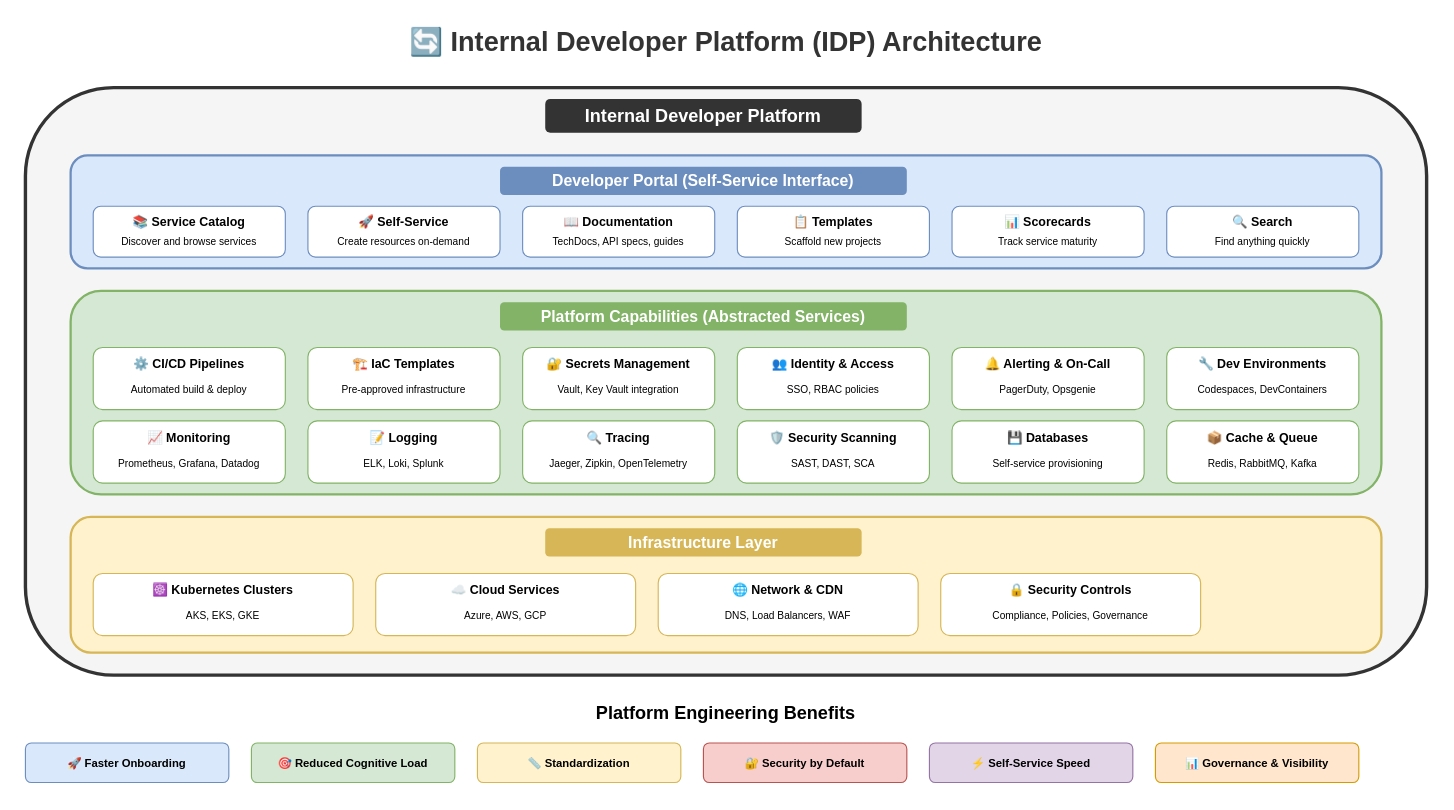
MrParkerZ7/document-lesson-software-architect-x-claude keeps this draw.io diagram as lesson-05-devops-platform-engineering/08-platform-engineering/8.1-internal-developer-platform.drawio. Above is the earlier version. Source tidied: cells renumbered, new cells numbered last; positions are measured from the earlier drawing's top-left corner, leaving out a move shared by most shapes. Both pictures are drawn from the tidied source at 113%, with x=0, y=0 at pixel (25, 19).
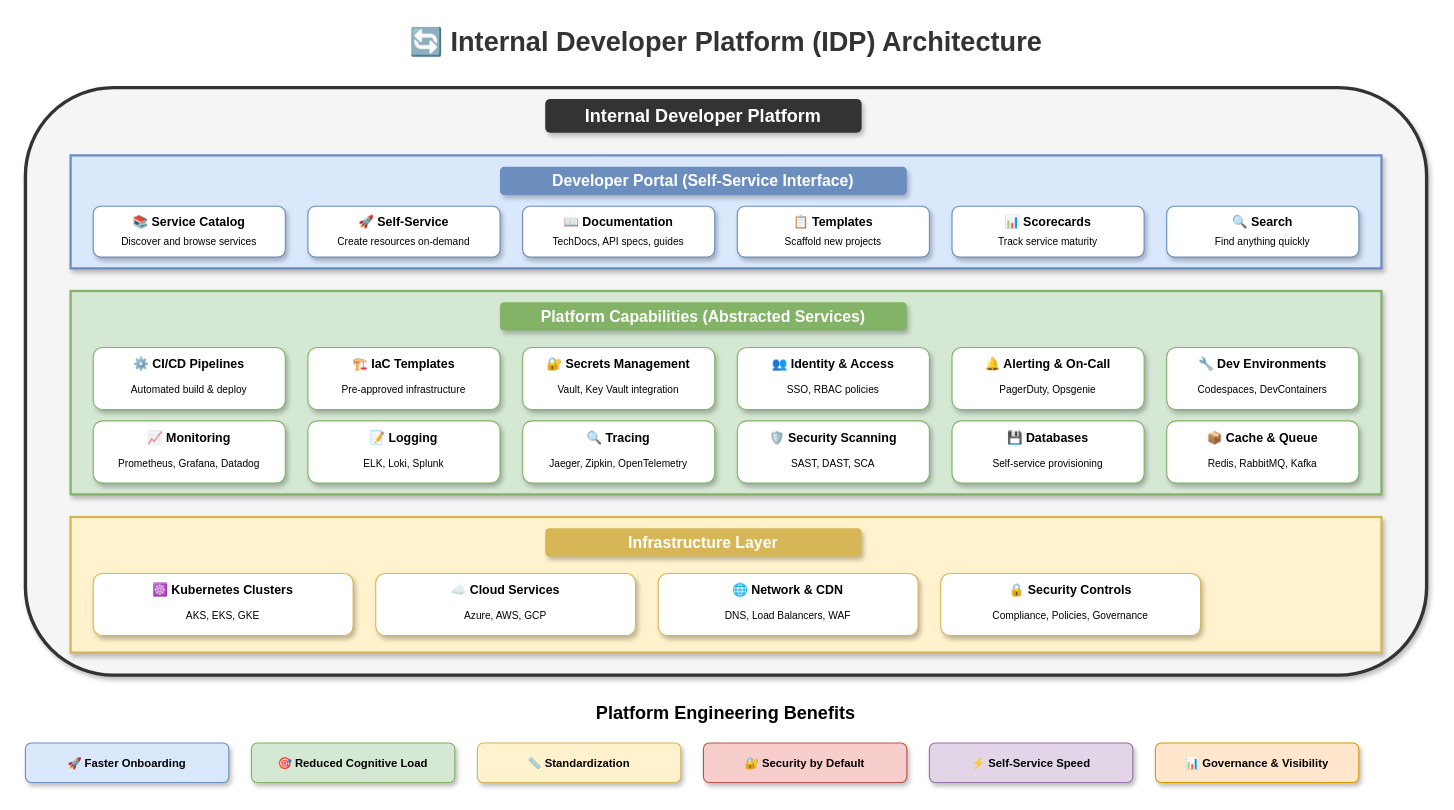
The same page after the edit.

What changed in the source:
```diff
@@
-    <mxCell id="3" style="rounded=1;whiteSpace=wrap;html=1;fillColor=#f5f5f5;strokeColor=#333333;strokeWidth=3;" parent="1" vertex="1">
+    <mxCell id="3" style="rounded=1;whiteSpace=wrap;html=1;fillColor=#f5f5f5;strokeColor=#333333;strokeWidth=3;shadow=1;" parent="1" vertex="1">
       <mxGeometry y="60" width="1240" height="520" as="geometry" />
     </mxCell>
-    <mxCell id="4" value="Internal Developer Platform" style="text;html=1;strokeColor=none;fillColor=#333333;align=center;verticalAlign=middle;whiteSpace=wrap;rounded=1;fontSize=16;fontStyle=1;fontColor=#ffffff;" parent="1" vertex="1">
+    <mxCell id="4" value="Internal Developer Platform" style="text;html=1;strokeColor=none;fillColor=#333333;align=center;verticalAlign=middle;whiteSpace=wrap;rounded=1;fontSize=16;fontStyle=1;fontColor=#ffffff;shadow=1;" parent="1" vertex="1">
       <mxGeometry x="460" y="70" width="280" height="30" as="geometry" />
     </mxCell>
-    <mxCell id="5" style="rounded=1;whiteSpace=wrap;html=1;fillColor=#dae8fc;strokeColor=#6c8ebf;strokeWidth=2;" parent="1" vertex="1">
+    <mxCell id="5" style="rounded=0;whiteSpace=wrap;html=1;fillColor=#dae8fc;strokeColor=#6c8ebf;strokeWidth=2;shadow=1;" parent="1" vertex="1">
       <mxGeometry x="40" y="120" width="1160" height="100" as="geometry" />
     </mxCell>
-    <mxCell id="6" value="Developer Portal (Self-Service Interface)" style="text;html=1;strokeColor=none;fillColor=#6c8ebf;align=center;verticalAlign=middle;whiteSpace=wrap;rounded=1;fontSize=14;fontStyle=1;fontColor=#ffffff;" parent="1" vertex="1">
+    <mxCell id="6" value="Developer Portal (Self-Service Interface)" style="text;html=1;strokeColor=none;fillColor=#6c8ebf;align=center;verticalAlign=middle;whiteSpace=wrap;rounded=1;fontSize=14;fontStyle=1;fontColor=#ffffff;shadow=1;" parent="1" vertex="1">
       <mxGeometry x="420" y="130" width="360" height="25" as="geometry" />
     </mxCell>
-    <mxCell id="7" style="rounded=1;whiteSpace=wrap;html=1;fillColor=#ffffff;strokeColor=#6c8ebf;" parent="1" vertex="1">
+    <mxCell id="7" style="rounded=1;whiteSpace=wrap;html=1;fillColor=#ffffff;strokeColor=#6c8ebf;shadow=1;" parent="1" vertex="1">
       <mxGeometry x="60" y="165" width="170" height="45" as="geometry" />
     </mxCell>
@@
-    <mxCell id="10" style="rounded=1;whiteSpace=wrap;html=1;fillColor=#ffffff;strokeColor=#6c8ebf;" parent="1" vertex="1">
+    <mxCell id="10" style="rounded=1;whiteSpace=wrap;html=1;fillColor=#ffffff;strokeColor=#6c8ebf;shadow=1;" parent="1" vertex="1">
       <mxGeometry x="250" y="165" width="170" height="45" as="geometry" />
     </mxCell>
@@
-    <mxCell id="13" style="rounded=1;whiteSpace=wrap;html=1;fillColor=#ffffff;strokeColor=#6c8ebf;" parent="1" vertex="1">
+    <mxCell id="13" style="rounded=1;whiteSpace=wrap;html=1;fillColor=#ffffff;strokeColor=#6c8ebf;shadow=1;" parent="1" vertex="1">
       <mxGeometry x="440" y="165" width="170" height="45" as="geometry" />
     </mxCell>
@@
-    <mxCell id="16" style="rounded=1;whiteSpace=wrap;html=1;fillColor=#ffffff;strokeColor=#6c8ebf;" parent="1" vertex="1">
+    <mxCell id="16" style="rounded=1;whiteSpace=wrap;html=1;fillColor=#ffffff;strokeColor=#6c8ebf;shadow=1;" parent="1" vertex="1">
       <mxGeometry x="630" y="165" width="170" height="45" as="geometry" />
     </mxCell>
@@
-    <mxCell id="19" style="rounded=1;whiteSpace=wrap;html=1;fillColor=#ffffff;strokeColor=#6c8ebf;" parent="1" vertex="1">
+    <mxCell id="19" style="rounded=1;whiteSpace=wrap;html=1;fillColor=#ffffff;strokeColor=#6c8ebf;shadow=1;" parent="1" vertex="1">
       <mxGeometry x="820" y="165" width="170" height="45" as="geometry" />
     </mxCell>
@@
-    <mxCell id="22" style="rounded=1;whiteSpace=wrap;html=1;fillColor=#ffffff;strokeColor=#6c8ebf;" parent="1" vertex="1">
+    <mxCell id="22" style="rounded=1;whiteSpace=wrap;html=1;fillColor=#ffffff;strokeColor=#6c8ebf;shadow=1;" parent="1" vertex="1">
       <mxGeometry x="1010" y="165" width="170" height="45" as="geometry" />
     </mxCell>
@@
-    <mxCell id="25" style="rounded=1;whiteSpace=wrap;html=1;fillColor=#d5e8d4;strokeColor=#82b366;strokeWidth=2;" parent="1" vertex="1">
+    <mxCell id="25" style="rounded=0;whiteSpace=wrap;html=1;fillColor=#d5e8d4;strokeColor=#82b366;strokeWidth=2;shadow=1;" parent="1" vertex="1">
       <mxGeometry x="40" y="240" width="1160" height="180" as="geometry" />
     </mxCell>
-    <mxCell id="26" value="Platform Capabilities (Abstracted Services)" style="text;html=1;strokeColor=none;fillColor=#82b366;align=center;verticalAlign=middle;whiteSpace=wrap;rounded=1;fontSize=14;fontStyle=1;fontColor=#ffffff;" parent="1" vertex="1">
+    <mxCell id="26" value="Platform Capabilities (Abstracted Services)" style="text;html=1;strokeColor=none;fillColor=#82b366;align=center;verticalAlign=middle;whiteSpace=wrap;rounded=1;fontSize=14;fontStyle=1;fontColor=#ffffff;shadow=1;" parent="1" vertex="1">
       <mxGeometry x="420" y="250" width="360" height="25" as="geometry" />
     </mxCell>
-    <mxCell id="27" style="rounded=1;whiteSpace=wrap;html=1;fillColor=#ffffff;strokeColor=#82b366;" parent="1" vertex="1">
+    <mxCell id="27" style="rounded=1;whiteSpace=wrap;html=1;fillColor=#ffffff;strokeColor=#82b366;shadow=1;" parent="1" vertex="1">
       <mxGeometry x="60" y="290" width="170" height="55" as="geometry" />
     </mxCell>
@@
-    <mxCell id="30" style="rounded=1;whiteSpace=wrap;html=1;fillColor=#ffffff;strokeColor=#82b366;" parent="1" vertex="1">
+    <mxCell id="30" style="rounded=1;whiteSpace=wrap;html=1;fillColor=#ffffff;strokeColor=#82b366;shadow=1;" parent="1" vertex="1">
       <mxGeometry x="250" y="290" width="170" height="55" as="geometry" />
     </mxCell>
@@
-    <mxCell id="33" style="rounded=1;whiteSpace=wrap;html=1;fillColor=#ffffff;strokeColor=#82b366;" parent="1" vertex="1">
+    <mxCell id="33" style="rounded=1;whiteSpace=wrap;html=1;fillColor=#ffffff;strokeColor=#82b366;shadow=1;" parent="1" vertex="1">
       <mxGeometry x="440" y="290" width="170" height="55" as="geometry" />
     </mxCell>
@@
-    <mxCell id="36" style="rounded=1;whiteSpace=wrap;html=1;fillColor=#ffffff;strokeColor=#82b366;" parent="1" vertex="1">
+    <mxCell id="36" style="rounded=1;whiteSpace=wrap;html=1;fillColor=#ffffff;strokeColor=#82b366;shadow=1;" parent="1" vertex="1">
       <mxGeometry x="630" y="290" width="170" height="55" as="geometry" />
     </mxCell>
@@
-    <mxCell id="39" style="rounded=1;whiteSpace=wrap;html=1;fillColor=#ffffff;strokeColor=#82b366;" parent="1" vertex="1">
+    <mxCell id="39" style="rounded=1;whiteSpace=wrap;html=1;fillColor=#ffffff;strokeColor=#82b366;shadow=1;" parent="1" vertex="1">
       <mxGeometry x="820" y="290" width="170" height="55" as="geometry" />
     </mxCell>
@@
-    <mxCell id="42" style="rounded=1;whiteSpace=wrap;html=1;fillColor=#ffffff;strokeColor=#82b366;" parent="1" vertex="1">
+    <mxCell id="42" style="rounded=1;whiteSpace=wrap;html=1;fillColor=#ffffff;strokeColor=#82b366;shadow=1;" parent="1" vertex="1">
       <mxGeometry x="1010" y="290" width="170" height="55" as="geometry" />
     </mxCell>
@@
-    <mxCell id="45" style="rounded=1;whiteSpace=wrap;html=1;fillColor=#ffffff;strokeColor=#82b366;" parent="1" vertex="1">
+    <mxCell id="45" style="rounded=1;whiteSpace=wrap;html=1;fillColor=#ffffff;strokeColor=#82b366;shadow=1;" parent="1" vertex="1">
       <mxGeometry x="60" y="355" width="170" height="55" as="geometry" />
     </mxCell>
@@
-    <mxCell id="48" style="rounded=1;whiteSpace=wrap;html=1;fillColor=#ffffff;strokeColor=#82b366;" parent="1" vertex="1">
+    <mxCell id="48" style="rounded=1;whiteSpace=wrap;html=1;fillColor=#ffffff;strokeColor=#82b366;shadow=1;" parent="1" vertex="1">
       <mxGeometry x="250" y="355" width="170" height="55" as="geometry" />
     </mxCell>
@@
-    <mxCell id="51" style="rounded=1;whiteSpace=wrap;html=1;fillColor=#ffffff;strokeColor=#82b366;" parent="1" vertex="1">
+    <mxCell id="51" style="rounded=1;whiteSpace=wrap;html=1;fillColor=#ffffff;strokeColor=#82b366;shadow=1;" parent="1" vertex="1">
       <mxGeometry x="440" y="355" width="170" height="55" as="geometry" />
     </mxCell>
@@
-    <mxCell id="54" style="rounded=1;whiteSpace=wrap;html=1;fillColor=#ffffff;strokeColor=#82b366;" parent="1" vertex="1">
+    <mxCell id="54" style="rounded=1;whiteSpace=wrap;html=1;fillColor=#ffffff;strokeColor=#82b366;shadow=1;" parent="1" vertex="1">
       <mxGeometry x="630" y="355" width="170" height="55" as="geometry" />
     </mxCell>
@@
-    <mxCell id="57" style="rounded=1;whiteSpace=wrap;html=1;fillColor=#ffffff;strokeColor=#82b366;" parent="1" vertex="1">
+    <mxCell id="57" style="rounded=1;whiteSpace=wrap;html=1;fillColor=#ffffff;strokeColor=#82b366;shadow=1;" parent="1" vertex="1">
       <mxGeometry x="820" y="355" width="170" height="55" as="geometry" />
     </mxCell>
@@
-    <mxCell id="60" style="rounded=1;whiteSpace=wrap;html=1;fillColor=#ffffff;strokeColor=#82b366;" parent="1" vertex="1">
+    <mxCell id="60" style="rounded=1;whiteSpace=wrap;html=1;fillColor=#ffffff;strokeColor=#82b366;shadow=1;" parent="1" vertex="1">
       <mxGeometry x="1010" y="355" width="170" height="55" as="geometry" />
     </mxCell>
@@
-    <mxCell id="63" style="rounded=1;whiteSpace=wrap;html=1;fillColor=#fff2cc;strokeColor=#d6b656;strokeWidth=2;" parent="1" vertex="1">
+    <mxCell id="63" style="rounded=0;whiteSpace=wrap;html=1;fillColor=#fff2cc;strokeColor=#d6b656;strokeWidth=2;shadow=1;" parent="1" vertex="1">
       <mxGeometry x="40" y="440" width="1160" height="120" as="geometry" />
     </mxCell>
-    <mxCell id="64" value="Infrastructure Layer" style="text;html=1;strokeColor=none;fillColor=#d6b656;align=center;verticalAlign=middle;whiteSpace=wrap;rounded=1;fontSize=14;fontStyle=1;fontColor=#ffffff;" parent="1" vertex="1">
+    <mxCell id="64" value="Infrastructure Layer" style="text;html=1;strokeColor=none;fillColor=#d6b656;align=center;verticalAlign=middle;whiteSpace=wrap;rounded=1;fontSize=14;fontStyle=1;fontColor=#ffffff;shadow=1;" parent="1" vertex="1">
       <mxGeometry x="460" y="450" width="280" height="25" as="geometry" />
     </mxCell>
-    <mxCell id="65" style="rounded=1;whiteSpace=wrap;html=1;fillColor=#ffffff;strokeColor=#d6b656;" parent="1" vertex="1">
+    <mxCell id="65" style="rounded=1;whiteSpace=wrap;html=1;fillColor=#ffffff;strokeColor=#d6b656;shadow=1;" parent="1" vertex="1">
       <mxGeometry x="60" y="490" width="230" height="55" as="geometry" />
     </mxCell>
@@
-    <mxCell id="68" style="rounded=1;whiteSpace=wrap;html=1;fillColor=#ffffff;strokeColor=#d6b656;" parent="1" vertex="1">
+    <mxCell id="68" style="rounded=1;whiteSpace=wrap;html=1;fillColor=#ffffff;strokeColor=#d6b656;shadow=1;" parent="1" vertex="1">
       <mxGeometry x="310" y="490" width="230" height="55" as="geometry" />
     </mxCell>
@@
-    <mxCell id="71" style="rounded=1;whiteSpace=wrap;html=1;fillColor=#ffffff;strokeColor=#d6b656;" parent="1" vertex="1">
+    <mxCell id="71" style="rounded=1;whiteSpace=wrap;html=1;fillColor=#ffffff;strokeColor=#d6b656;shadow=1;" parent="1" vertex="1">
       <mxGeometry x="560" y="490" width="230" height="55" as="geometry" />
     </mxCell>
@@
-    <mxCell id="74" style="rounded=1;whiteSpace=wrap;html=1;fillColor=#ffffff;strokeColor=#d6b656;" parent="1" vertex="1">
+    <mxCell id="74" style="rounded=1;whiteSpace=wrap;html=1;fillColor=#ffffff;strokeColor=#d6b656;shadow=1;" parent="1" vertex="1">
       <mxGeometry x="810" y="490" width="230" height="55" as="geometry" />
     </mxCell>
@@
-    <mxCell id="78" value="🚀 Faster Onboarding" style="rounded=1;whiteSpace=wrap;html=1;fillColor=#dae8fc;strokeColor=#6c8ebf;fontSize=10;fontStyle=1;" parent="1" vertex="1">
+    <mxCell id="78" value="🚀 Faster Onboarding" style="rounded=1;whiteSpace=wrap;html=1;fillColor=#dae8fc;strokeColor=#6c8ebf;fontSize=10;fontStyle=1;shadow=1;" parent="1" vertex="1">
       <mxGeometry y="640" width="180" height="35" as="geometry" />
     </mxCell>
-    <mxCell id="79" value="🎯 Reduced Cognitive Load" style="rounded=1;whiteSpace=wrap;html=1;fillColor=#d5e8d4;strokeColor=#82b366;fontSize=10;fontStyle=1;" parent="1" vertex="1">
+    <mxCell id="79" value="🎯 Reduced Cognitive Load" style="rounded=1;whiteSpace=wrap;html=1;fillColor=#d5e8d4;strokeColor=#82b366;fontSize=10;fontStyle=1;shadow=1;" parent="1" vertex="1">
       <mxGeometry x="200" y="640" width="180" height="35" as="geometry" />
     </mxCell>
-    <mxCell id="80" value="📏 Standardization" style="rounded=1;whiteSpace=wrap;html=1;fillColor=#fff2cc;strokeColor=#d6b656;fontSize=10;fontStyle=1;" parent="1" vertex="1">
+    <mxCell id="80" value="📏 Standardization" style="rounded=1;whiteSpace=wrap;html=1;fillColor=#fff2cc;strokeColor=#d6b656;fontSize=10;fontStyle=1;shadow=1;" parent="1" vertex="1">
       <mxGeometry x="400" y="640" width="180" height="35" as="geometry" />
     </mxCell>
-    <mxCell id="81" value="🔐 Security by Default" style="rounded=1;whiteSpace=wrap;html=1;fillColor=#f8cecc;strokeColor=#b85450;fontSize=10;fontStyle=1;" parent="1" vertex="1">
+    <mxCell id="81" value="🔐 Security by Default" style="rounded=1;whiteSpace=wrap;html=1;fillColor=#f8cecc;strokeColor=#b85450;fontSize=10;fontStyle=1;shadow=1;" parent="1" vertex="1">
       <mxGeometry x="600" y="640" width="180" height="35" as="geometry" />
     </mxCell>
-    <mxCell id="82" value="⚡ Self-Service Speed" style="rounded=1;whiteSpace=wrap;html=1;fillColor=#e1d5e7;strokeColor=#9673a6;fontSize=10;fontStyle=1;" parent="1" vertex="1">
+    <mxCell id="82" value="⚡ Self-Service Speed" style="rounded=1;whiteSpace=wrap;html=1;fillColor=#e1d5e7;strokeColor=#9673a6;fontSize=10;fontStyle=1;shadow=1;" parent="1" vertex="1">
       <mxGeometry x="800" y="640" width="180" height="35" as="geometry" />
     </mxCell>
-    <mxCell id="83" value="📊 Governance &amp; Visibility" style="rounded=1;whiteSpace=wrap;html=1;fillColor=#ffe6cc;strokeColor=#d79b00;fontSize=10;fontStyle=1;" parent="1" vertex="1">
+    <mxCell id="83" value="📊 Governance &amp; Visibility" style="rounded=1;whiteSpace=wrap;html=1;fillColor=#ffe6cc;strokeColor=#d79b00;fontSize=10;fontStyle=1;shadow=1;" parent="1" vertex="1">
       <mxGeometry x="1000" y="640" width="180" height="35" as="geometry" />
     </mxCell>
```
